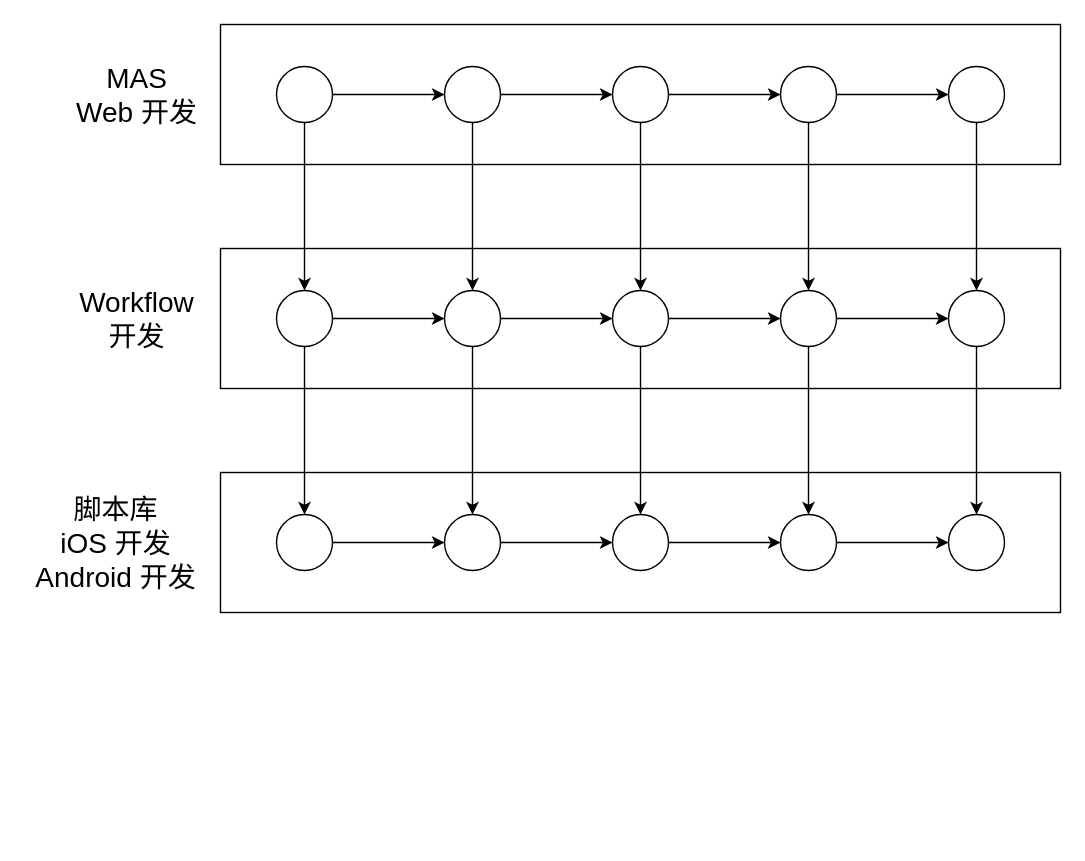
The draw.io diagram page "Page-1" (1 of 2) of Untitled Diagram.drawio in chutaiyangxiayutian/mlanes, before the edit. Source tidied: cells renumbered, new cells numbered last; positions are measured from the earlier drawing's top-left corner, leaving out a move shared by most shapes. Both pictures are drawn from the tidied source at 140%, with x=0, y=0 at pixel (24, 24).
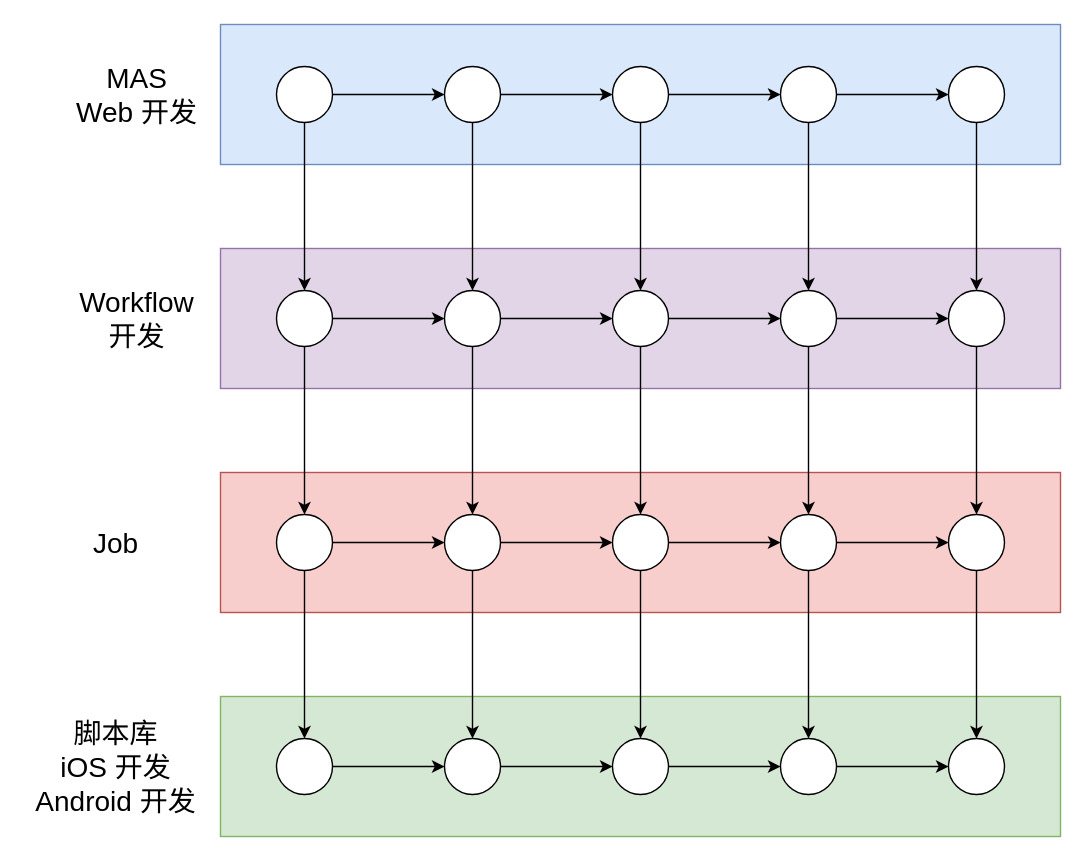
The same diagram, later.

Unchanged cells that the change refers to:
```xml
<mxCell id="36" style="ellipse;whiteSpace=wrap;html=1;" parent="1" vertex="1">
  <mxGeometry x="180" y="350" width="40" height="40" as="geometry" />
</mxCell>
<mxCell id="38" style="ellipse;whiteSpace=wrap;html=1;" parent="1" vertex="1">
  <mxGeometry x="300" y="350" width="40" height="40" as="geometry" />
</mxCell>
<mxCell id="40" style="ellipse;whiteSpace=wrap;html=1;" parent="1" vertex="1">
  <mxGeometry x="420" y="350" width="40" height="40" as="geometry" />
</mxCell>
<mxCell id="42" style="ellipse;whiteSpace=wrap;html=1;" parent="1" vertex="1">
  <mxGeometry x="540" y="350" width="40" height="40" as="geometry" />
</mxCell>
<mxCell id="43" style="ellipse;whiteSpace=wrap;html=1;" parent="1" vertex="1">
  <mxGeometry x="660" y="350" width="40" height="40" as="geometry" />
</mxCell>
```

The edit, as a diff of the source:
```diff
@@
+    <mxCell id="45" style="rounded=0;whiteSpace=wrap;html=1;fillColor=#d5e8d4;strokeColor=#82b366;" parent="1" vertex="1">
+      <mxGeometry x="140" y="480" width="600" height="100" as="geometry" />
+    </mxCell>
-    <mxCell id="2" style="rounded=0;whiteSpace=wrap;html=1;" parent="1" vertex="1">
+    <mxCell id="2" style="rounded=0;whiteSpace=wrap;html=1;fillColor=#f8cecc;strokeColor=#b85450;" parent="1" vertex="1">
       <mxGeometry x="140" y="320" width="600" height="100" as="geometry" />
     </mxCell>
-    <mxCell id="3" style="rounded=0;whiteSpace=wrap;html=1;" parent="1" vertex="1">
+    <mxCell id="3" style="rounded=0;whiteSpace=wrap;html=1;fillColor=#e1d5e7;strokeColor=#9673a6;" parent="1" vertex="1">
       <mxGeometry x="140" y="160" width="600" height="100" as="geometry" />
     </mxCell>
-    <mxCell id="4" style="rounded=0;whiteSpace=wrap;html=1;" parent="1" vertex="1">
+    <mxCell id="4" style="rounded=0;whiteSpace=wrap;html=1;fillColor=#dae8fc;strokeColor=#6c8ebf;" parent="1" vertex="1">
       <mxGeometry x="140" width="600" height="100" as="geometry" />
     </mxCell>
@@
+    <mxCell id="46" style="edgeStyle=orthogonalEdgeStyle;rounded=0;jettySize=auto;html=1;entryX=0.5;entryY=0;entryDx=0;entryDy=0;fontSize=20;" parent="1" edge="1" source="36" target="52">
+      <mxGeometry relative="1" as="geometry" />
+    </mxCell>
@@
+    <mxCell id="47" style="edgeStyle=orthogonalEdgeStyle;rounded=0;jettySize=auto;html=1;fontSize=20;" parent="1" edge="1" source="38" target="54">
+      <mxGeometry relative="1" as="geometry" />
+    </mxCell>
@@
+    <mxCell id="48" style="edgeStyle=orthogonalEdgeStyle;rounded=0;jettySize=auto;html=1;fontSize=20;" parent="1" edge="1" source="40" target="56">
+      <mxGeometry relative="1" as="geometry" />
+    </mxCell>
@@
+    <mxCell id="49" style="edgeStyle=orthogonalEdgeStyle;rounded=0;jettySize=auto;html=1;fontSize=20;" parent="1" edge="1" source="42" target="58">
+      <mxGeometry relative="1" as="geometry" />
+    </mxCell>
@@
+    <mxCell id="50" style="edgeStyle=orthogonalEdgeStyle;rounded=0;jettySize=auto;html=1;fontSize=20;" parent="1" edge="1" source="43" target="59">
+      <mxGeometry relative="1" as="geometry" />
+    </mxCell>
@@
-    <mxCell id="44" value="&lt;span style=&quot;font-size: 20px&quot;&gt;脚本库&lt;br&gt;iOS 开发&lt;br&gt;Android 开发&lt;br&gt;&lt;/span&gt;" style="text;html=1;align=center;verticalAlign=middle;strokeColor=none;fillColor=none;" parent="1" vertex="1">
-      <mxGeometry y="345" width="130" height="50" as="geometry" />
+    <mxCell id="44" value="&lt;span style=&quot;font-size: 20px&quot;&gt;Job&lt;br&gt;&lt;/span&gt;" style="text;html=1;align=center;verticalAlign=middle;strokeColor=none;fillColor=none;" parent="1" vertex="1">
+      <mxGeometry x="40" y="360" width="50" height="20" as="geometry" />
     </mxCell>
+    <mxCell id="51" style="edgeStyle=orthogonalEdgeStyle;rounded=0;jettySize=auto;html=1;" parent="1" edge="1" source="52" target="54">
+      <mxGeometry relative="1" as="geometry" />
+    </mxCell>
+    <mxCell id="52" style="ellipse;whiteSpace=wrap;html=1;" parent="1" vertex="1">
+      <mxGeometry x="180" y="510" width="40" height="40" as="geometry" />
+    </mxCell>
+    <mxCell id="53" style="edgeStyle=orthogonalEdgeStyle;rounded=0;jettySize=auto;html=1;" parent="1" edge="1" source="54" target="56">
+      <mxGeometry relative="1" as="geometry" />
+    </mxCell>
+    <mxCell id="54" style="ellipse;whiteSpace=wrap;html=1;" parent="1" vertex="1">
+      <mxGeometry x="300" y="510" width="40" height="40" as="geometry" />
+    </mxCell>
+    <mxCell id="55" style="edgeStyle=orthogonalEdgeStyle;rounded=0;jettySize=auto;html=1;" parent="1" edge="1" source="56" target="58">
+      <mxGeometry relative="1" as="geometry" />
+    </mxCell>
+    <mxCell id="56" style="ellipse;whiteSpace=wrap;html=1;" parent="1" vertex="1">
+      <mxGeometry x="420" y="510" width="40" height="40" as="geometry" />
+    </mxCell>
+    <mxCell id="57" style="edgeStyle=orthogonalEdgeStyle;rounded=0;jettySize=auto;html=1;" parent="1" edge="1" source="58" target="59">
+      <mxGeometry relative="1" as="geometry" />
+    </mxCell>
+    <mxCell id="58" style="ellipse;whiteSpace=wrap;html=1;" parent="1" vertex="1">
+      <mxGeometry x="540" y="510" width="40" height="40" as="geometry" />
+    </mxCell>
+    <mxCell id="59" style="ellipse;whiteSpace=wrap;html=1;" parent="1" vertex="1">
+      <mxGeometry x="660" y="510" width="40" height="40" as="geometry" />
+    </mxCell>
+    <mxCell id="60" value="&lt;span style=&quot;font-size: 20px&quot;&gt;脚本库&lt;br&gt;iOS 开发&lt;br&gt;Android 开发&lt;br&gt;&lt;/span&gt;" style="text;html=1;align=center;verticalAlign=middle;strokeColor=none;fillColor=none;" parent="1" vertex="1">
+      <mxGeometry y="505" width="130" height="50" as="geometry" />
+    </mxCell>
```
